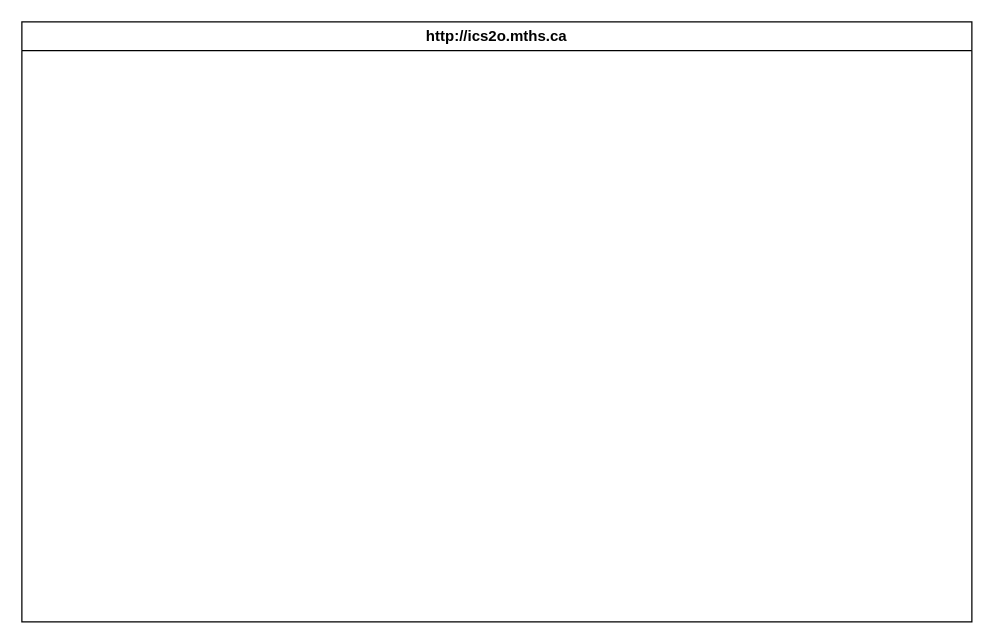
MTHS-ICD2O-1-2023/ICD2O-Unit-5-05-kai-nguyen-4 keeps this draw.io diagram as design/storyboard.drawio. Above is the earlier version. Source tidied: cells renumbered, new cells numbered last; positions are measured from the earlier drawing's top-left corner, leaving out a move shared by most shapes. Both pictures are drawn from the tidied source at 125%, with x=0, y=0 at pixel (21, 21).
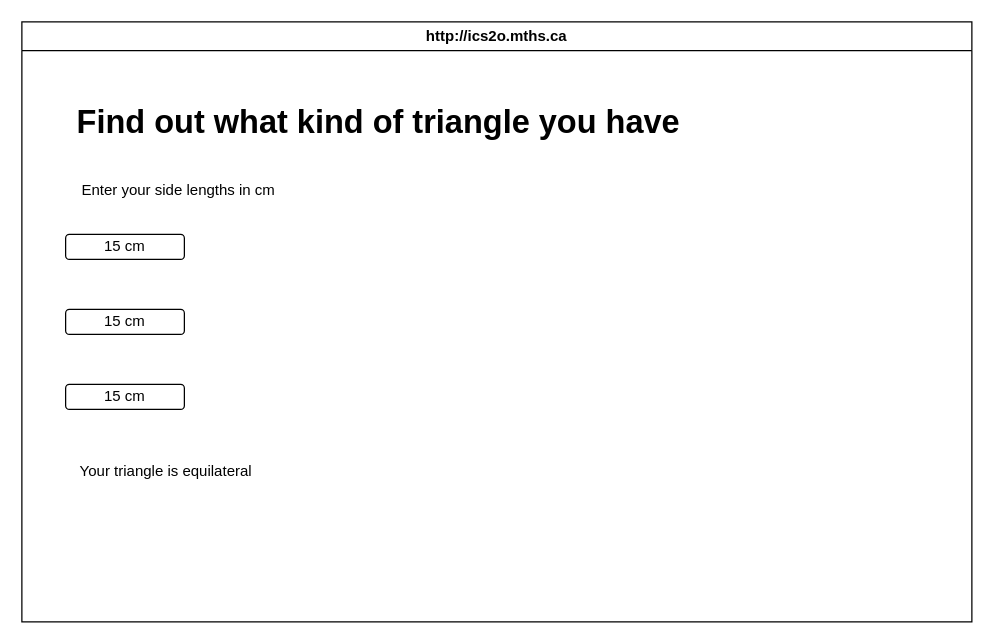
The same diagram, later.

What changed in the source:
```diff
@@
 <mxGraphModel>
   <root>
     <mxCell id="0" />
     <mxCell id="1" parent="0" />
     <mxCell id="2" value="http://ics2o.mths.ca" style="swimlane;whiteSpace=wrap;html=1;" parent="1" vertex="1">
       <mxGeometry width="760" height="480" as="geometry" />
     </mxCell>
+    <mxCell id="3" value="&lt;font style=&quot;font-size: 26px;&quot;&gt;Find out what kind of triangle you have&lt;/font&gt;" style="text;html=1;align=center;verticalAlign=middle;strokeColor=none;fillColor=none;fontStyle=1;" parent="2" vertex="1">
+      <mxGeometry x="35" y="60" width="500" height="40" as="geometry" />
+    </mxCell>
+    <mxCell id="4" value="15 cm" style="rounded=1;whiteSpace=wrap;html=1;fontSize=12;" parent="2" vertex="1">
+      <mxGeometry x="35" y="170" width="95" height="20" as="geometry" />
+    </mxCell>
+    <mxCell id="5" value="Enter your side lengths in cm" style="text;html=1;align=center;verticalAlign=middle;strokeColor=none;fillColor=none;fontSize=12;" parent="2" vertex="1">
+      <mxGeometry x="35" y="120" width="180" height="30" as="geometry" />
+    </mxCell>
+    <mxCell id="6" value="15 cm" style="rounded=1;whiteSpace=wrap;html=1;fontSize=12;" parent="2" vertex="1">
+      <mxGeometry x="35" y="230" width="95" height="20" as="geometry" />
+    </mxCell>
+    <mxCell id="7" value="15 cm" style="rounded=1;whiteSpace=wrap;html=1;fontSize=12;" parent="2" vertex="1">
+      <mxGeometry x="35" y="290" width="95" height="20" as="geometry" />
+    </mxCell>
+    <mxCell id="8" value="Your triangle is equilateral" style="text;html=1;align=center;verticalAlign=middle;strokeColor=none;fillColor=none;fontSize=12;" parent="1" vertex="1">
+      <mxGeometry x="30" y="345" width="170" height="30" as="geometry" />
+    </mxCell>
   </root>
 </mxGraphModel>
```
